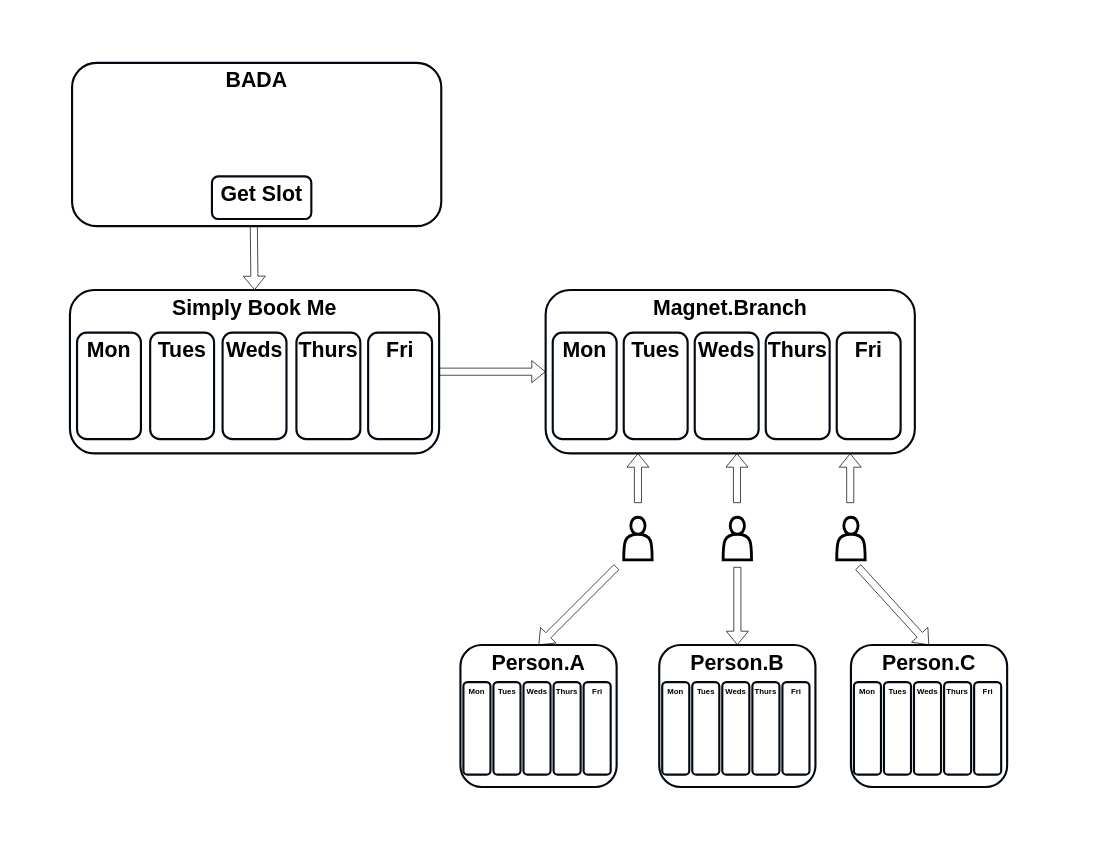
Above: Calendar.drawio in mrf742002/Diagrams (draw.io), before the change. Source tidied: cells renumbered, new cells numbered last; positions are measured from the earlier drawing's top-left corner, leaving out a move shared by most shapes. Both pictures are drawn from the tidied source at 71%, with x=0, y=0 at pixel (70, 62).
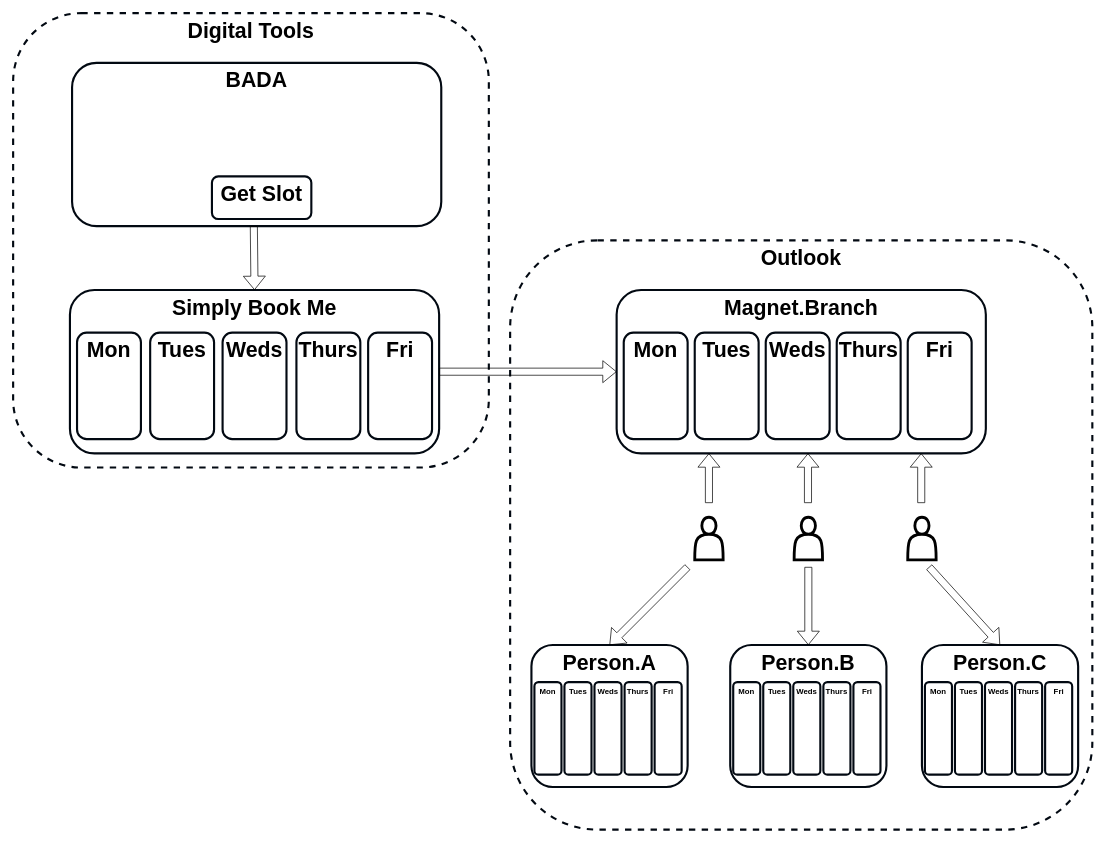
Above is the later version.

The change refers to these unchanged cells:
```xml
<mxCell id="15" value="&lt;span style=&quot;font-size: 30px&quot;&gt;&lt;b&gt;Magnet.Branch&lt;/b&gt;&lt;/span&gt;" style="rounded=1;whiteSpace=wrap;html=1;verticalAlign=top;strokeWidth=3;strokeColor=#020912;" parent="14" vertex="1">
  <mxGeometry width="520" height="230" as="geometry" />
</mxCell>
<mxCell id="22" value="&lt;span style=&quot;font-size: 30px&quot;&gt;&lt;b&gt;Person.A&lt;/b&gt;&lt;/span&gt;" style="rounded=1;whiteSpace=wrap;html=1;verticalAlign=top;strokeWidth=3;strokeColor=#020912;" parent="21" vertex="1">
  <mxGeometry width="220" height="200" as="geometry" />
</mxCell>
<mxCell id="29" value="&lt;span style=&quot;font-size: 30px&quot;&gt;&lt;b&gt;Person.B&lt;/b&gt;&lt;/span&gt;" style="rounded=1;whiteSpace=wrap;html=1;verticalAlign=top;strokeWidth=3;strokeColor=#020912;" parent="28" vertex="1">
  <mxGeometry width="220" height="200" as="geometry" />
</mxCell>
<mxCell id="36" value="&lt;span style=&quot;font-size: 30px&quot;&gt;&lt;b&gt;Person.C&lt;/b&gt;&lt;/span&gt;" style="rounded=1;whiteSpace=wrap;html=1;verticalAlign=top;strokeWidth=3;strokeColor=#020912;" parent="35" vertex="1">
  <mxGeometry width="220" height="200" as="geometry" />
</mxCell>
```

Diff of the diagram source:
```diff
@@
+    <mxCell id="49" value="&lt;span style=&quot;font-size: 30px&quot;&gt;&lt;b&gt;Outlook&lt;/b&gt;&lt;/span&gt;" style="rounded=1;whiteSpace=wrap;html=1;verticalAlign=top;strokeWidth=3;strokeColor=#020912;dashed=1;" parent="1" vertex="1">
+      <mxGeometry x="620" y="250" width="820" height="830" as="geometry" />
+    </mxCell>
+    <mxCell id="50" value="&lt;span style=&quot;font-size: 30px&quot;&gt;&lt;b&gt;Digital Tools&lt;/b&gt;&lt;/span&gt;" style="rounded=1;whiteSpace=wrap;html=1;verticalAlign=top;strokeWidth=3;strokeColor=#020912;dashed=1;" parent="1" vertex="1">
+      <mxGeometry x="-80" y="-70" width="670" height="640" as="geometry" />
+    </mxCell>
     <mxCell id="2" style="shape=actor;whiteSpace=wrap;html=1;strokeWidth=4;" parent="1" vertex="1">
-      <mxGeometry x="780" y="640" width="40" height="60" as="geometry" />
+      <mxGeometry x="880" y="640" width="40" height="60" as="geometry" />
     </mxCell>
@@
     <mxCell id="12" style="shape=actor;whiteSpace=wrap;html=1;strokeWidth=4;" parent="1" vertex="1">
-      <mxGeometry x="920" y="640" width="40" height="60" as="geometry" />
+      <mxGeometry x="1020" y="640" width="40" height="60" as="geometry" />
     </mxCell>
     <mxCell id="13" style="shape=actor;whiteSpace=wrap;html=1;strokeWidth=4;" parent="1" vertex="1">
-      <mxGeometry x="1080" y="640" width="40" height="60" as="geometry" />
+      <mxGeometry x="1180" y="640" width="40" height="60" as="geometry" />
     </mxCell>
     <mxCell id="14" style="group;" parent="1" vertex="1">
-      <mxGeometry x="670" y="320" width="520" height="230" as="geometry" />
+      <mxGeometry x="770" y="320" width="520" height="230" as="geometry" />
     </mxCell>
@@
     <mxCell id="21" style="group;" parent="1" vertex="1">
-      <mxGeometry x="550" y="820" width="220" height="200" as="geometry" />
+      <mxGeometry x="650" y="820" width="220" height="200" as="geometry" />
     </mxCell>
@@
     <mxCell id="28" style="group;" parent="1" vertex="1">
-      <mxGeometry x="830" y="820" width="220" height="200" as="geometry" />
+      <mxGeometry x="930" y="820" width="220" height="200" as="geometry" />
     </mxCell>
@@
     <mxCell id="35" style="group;" parent="1" vertex="1">
-      <mxGeometry x="1100" y="820" width="220" height="200" as="geometry" />
+      <mxGeometry x="1200" y="820" width="220" height="200" as="geometry" />
     </mxCell>
@@
     <mxCell id="42" style="shape=flexArrow;endArrow=classic;html=1;entryX=0.25;entryY=1;entryDx=0;entryDy=0;" parent="1" edge="1" target="15">
       <mxGeometry relative="1" as="geometry">
-        <mxPoint x="800" y="620" as="sourcePoint" />
+        <mxPoint x="900" y="620" as="sourcePoint" />
       </mxGeometry>
     </mxCell>
     <mxCell id="43" style="shape=flexArrow;endArrow=classic;html=1;entryX=0.5;entryY=0;entryDx=0;entryDy=0;" parent="1" edge="1" target="22">
       <mxGeometry relative="1" as="geometry">
-        <mxPoint x="770" y="710" as="sourcePoint" />
+        <mxPoint x="870" y="710" as="sourcePoint" />
       </mxGeometry>
     </mxCell>
     <mxCell id="44" style="shape=flexArrow;endArrow=classic;html=1;entryX=0.25;entryY=1;entryDx=0;entryDy=0;" parent="1" edge="1">
       <mxGeometry relative="1" as="geometry">
-        <mxPoint x="939.5" y="620" as="sourcePoint" />
-        <mxPoint x="939.5" y="550" as="targetPoint" />
+        <mxPoint x="1039.5" y="620" as="sourcePoint" />
+        <mxPoint x="1039.5" y="550" as="targetPoint" />
       </mxGeometry>
     </mxCell>
     <mxCell id="45" style="shape=flexArrow;endArrow=classic;html=1;entryX=0.25;entryY=1;entryDx=0;entryDy=0;" parent="1" edge="1">
       <mxGeometry relative="1" as="geometry">
-        <mxPoint x="1099" y="620" as="sourcePoint" />
-        <mxPoint x="1099" y="550" as="targetPoint" />
+        <mxPoint x="1199" y="620" as="sourcePoint" />
+        <mxPoint x="1199" y="550" as="targetPoint" />
       </mxGeometry>
     </mxCell>
     <mxCell id="46" style="shape=flexArrow;endArrow=classic;html=1;entryX=0.5;entryY=0;entryDx=0;entryDy=0;" parent="1" edge="1" target="29">
       <mxGeometry relative="1" as="geometry">
-        <mxPoint x="940" y="710" as="sourcePoint" />
+        <mxPoint x="1040" y="710" as="sourcePoint" />
       </mxGeometry>
     </mxCell>
     <mxCell id="47" style="shape=flexArrow;endArrow=classic;html=1;entryX=0.5;entryY=0;entryDx=0;entryDy=0;" parent="1" edge="1" target="36">
       <mxGeometry relative="1" as="geometry">
-        <mxPoint x="1110" y="710" as="sourcePoint" />
+        <mxPoint x="1210" y="710" as="sourcePoint" />
       </mxGeometry>
     </mxCell>
```
